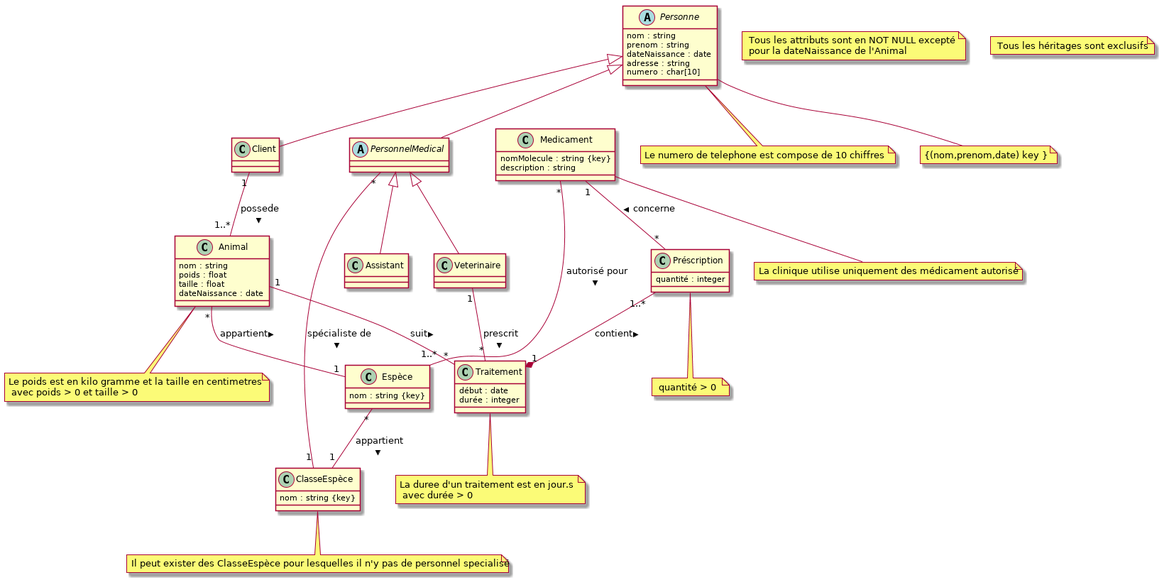
Before: clinique_uml_v1.png, a diagram exported from PlantUML (giacat-tran0198/PHP_Veterinary_Clinic).
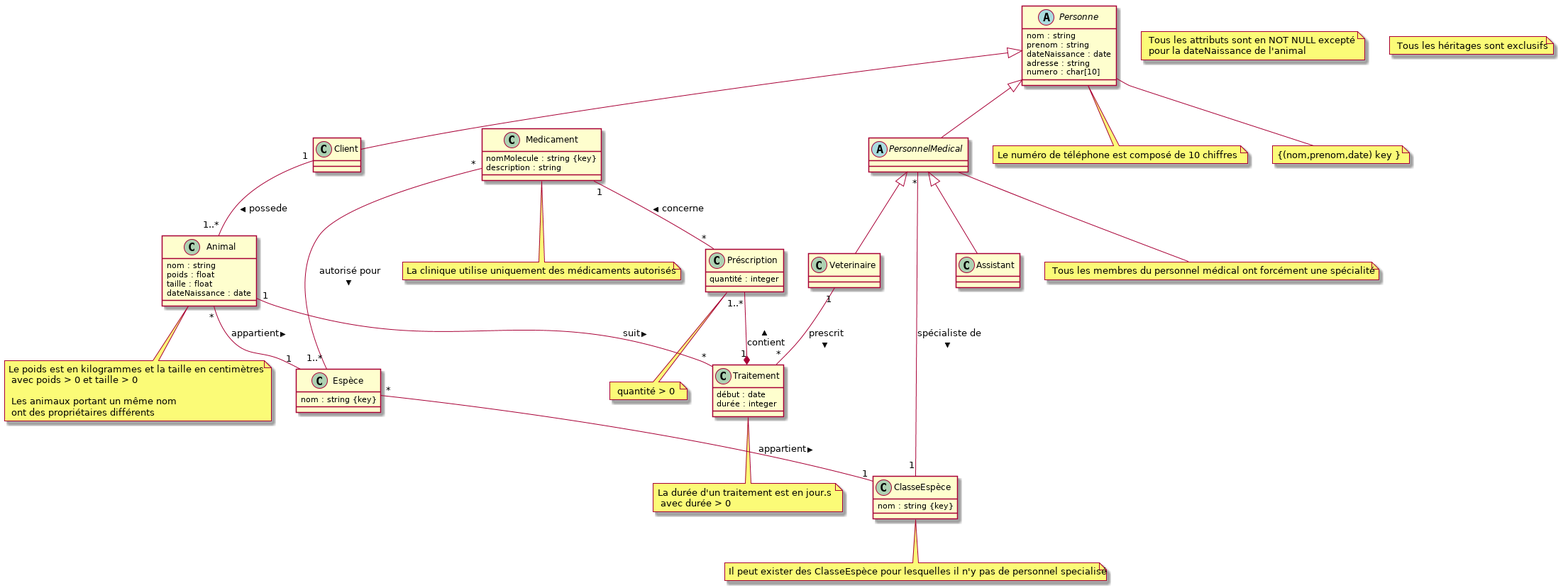
After the change.

Commit message:
spécification sur les noms des animaux

Change to the diagram source:
```diff
@@ -76,15 +76,16 @@
 PersonnelMedical   <|-- Assistant
 
 
-note "Le numero de telephone est compose de 10 chiffres " as N1
-note "Le poids est en kilo gramme et la taille en centimetres \n avec poids > 0 et taille > 0" as N2
-note "La duree d'un traitement est en jour.s \n avec durée > 0" as N3
+note "Le numéro de téléphone est composé de 10 chiffres " as N1
+note "Le poids est en kilogrammes et la taille en centimètres \n avec poids > 0 et taille > 0 \n\n Les animaux portant un même nom \n ont des propriétaires différents " as N2
+note "La durée d'un traitement est en jour.s \n avec durée > 0" as N3
 note "Il peut exister des ClasseEspèce pour lesquelles il n'y pas de personnel specialisé" as N5
-note "La clinique utilise uniquement des médicament autorisé" as N6
+note "La clinique utilise uniquement des médicaments autorisés" as N6
 note  "{(nom,prenom,date) key }" as N7
 note " quantité > 0 " as N8
-note " Tous les attributs sont en NOT NULL excepté \n pour la dateNaissance de l'Animal " as N9
+note " Tous les attributs sont en NOT NULL excepté \n pour la dateNaissance de l'animal " as N9
 note " Tous les héritages sont exclusifs" as N10
+note " Tous les membres du personnel médical ont forcément une spécialité" as N11
 
 Personne -- N1
 Animal -- N2
@@ -93,6 +94,7 @@
 Medicament -- N6
 Personne -- N7
 Préscription -- N8
+PersonnelMedical -- N11
 
 
 
```
